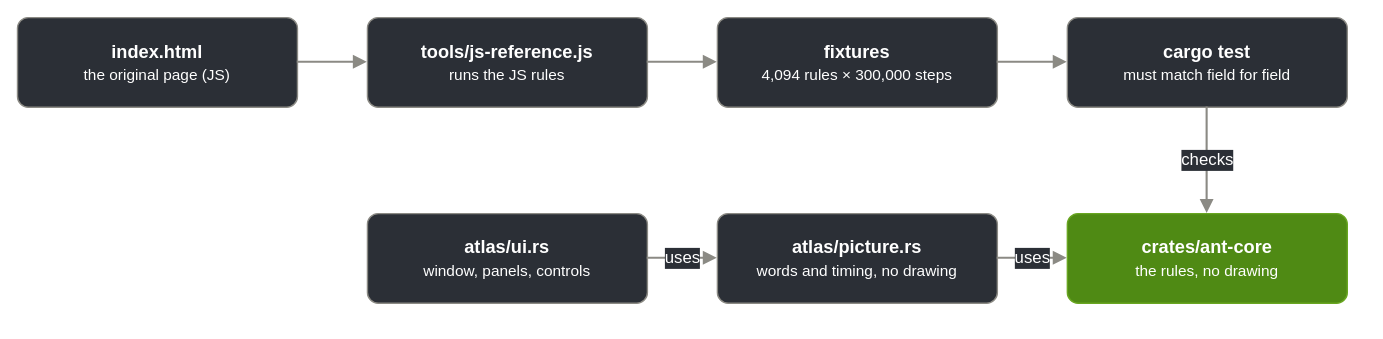
Above: docs/code-layout.drawio.svg in iasonS/langtons-ant (draw.io), before the change. Source tidied: cells renumbered, new cells last; positions are measured from the earlier drawing's top-left corner, leaving out a move shared by most shapes.
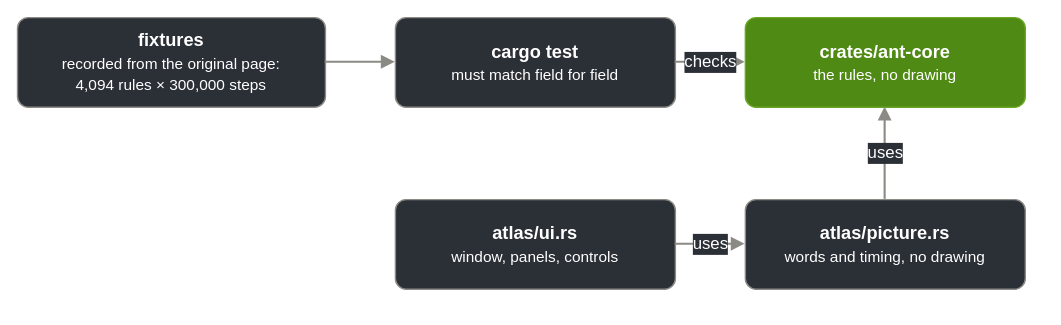
The same file after the commit.

What changed in the source:
```diff
@@ -2,44 +2,32 @@
   <root>
     <mxCell id="0" />
     <mxCell id="1" parent="0" />
-    <mxCell id="2" value="&lt;b&gt;index.html&lt;/b&gt;&lt;br&gt;&lt;font style='font-size:11px'&gt;the original page (JS)&lt;/font&gt;" style="rounded=1;whiteSpace=wrap;html=1;arcSize=12;fontFamily=Helvetica;fontSize=13;fontColor=#ffffff;strokeColor=#8b8a84;fillColor=#2b2f36;spacing=6;" parent="1" vertex="1">
-      <mxGeometry width="200" height="64" as="geometry" />
-    </mxCell>
-    <mxCell id="3" value="&lt;b&gt;tools/js-reference.js&lt;/b&gt;&lt;br&gt;&lt;font style='font-size:11px'&gt;runs the JS rules&lt;/font&gt;" style="rounded=1;whiteSpace=wrap;html=1;arcSize=12;fontFamily=Helvetica;fontSize=13;fontColor=#ffffff;strokeColor=#8b8a84;fillColor=#2b2f36;spacing=6;" parent="1" vertex="1">
-      <mxGeometry x="250" width="200" height="64" as="geometry" />
-    </mxCell>
-    <mxCell id="4" value="&lt;b&gt;fixtures&lt;/b&gt;&lt;br&gt;&lt;font style='font-size:11px'&gt;4,094 rules × 300,000 steps&lt;/font&gt;" style="rounded=1;whiteSpace=wrap;html=1;arcSize=12;fontFamily=Helvetica;fontSize=13;fontColor=#ffffff;strokeColor=#8b8a84;fillColor=#2b2f36;spacing=6;" parent="1" vertex="1">
-      <mxGeometry x="500" width="200" height="64" as="geometry" />
+    <mxCell id="4" value="&lt;b&gt;fixtures&lt;/b&gt;&lt;br&gt;&lt;font style='font-size:11px'&gt;recorded from the original page:&lt;br&gt;4,094 rules × 300,000 steps&lt;/font&gt;" style="rounded=1;whiteSpace=wrap;html=1;arcSize=12;fontFamily=Helvetica;fontSize=13;fontColor=#ffffff;strokeColor=#8b8a84;fillColor=#2b2f36;spacing=6;" parent="1" vertex="1">
+      <mxGeometry width="220" height="64" as="geometry" />
     </mxCell>
     <mxCell id="5" value="&lt;b&gt;cargo test&lt;/b&gt;&lt;br&gt;&lt;font style='font-size:11px'&gt;must match field for field&lt;/font&gt;" style="rounded=1;whiteSpace=wrap;html=1;arcSize=12;fontFamily=Helvetica;fontSize=13;fontColor=#ffffff;strokeColor=#8b8a84;fillColor=#2b2f36;spacing=6;" parent="1" vertex="1">
-      <mxGeometry x="750" width="200" height="64" as="geometry" />
+      <mxGeometry x="270" width="200" height="64" as="geometry" />
     </mxCell>
     <mxCell id="6" value="&lt;b&gt;crates/ant-core&lt;/b&gt;&lt;br&gt;&lt;font style='font-size:11px'&gt;the rules, no drawing&lt;/font&gt;" style="rounded=1;whiteSpace=wrap;html=1;arcSize=12;fontFamily=Helvetica;fontSize=13;fontColor=#ffffff;strokeColor=#8b8a84;fillColor=#2b2f36;spacing=6;fillColor=#4f8a14;strokeColor=#69a621;" parent="1" vertex="1">
-      <mxGeometry x="750" y="140" width="200" height="64" as="geometry" />
+      <mxGeometry x="520" width="200" height="64" as="geometry" />
     </mxCell>
     <mxCell id="7" value="&lt;b&gt;atlas/picture.rs&lt;/b&gt;&lt;br&gt;&lt;font style='font-size:11px'&gt;words and timing, no drawing&lt;/font&gt;" style="rounded=1;whiteSpace=wrap;html=1;arcSize=12;fontFamily=Helvetica;fontSize=13;fontColor=#ffffff;strokeColor=#8b8a84;fillColor=#2b2f36;spacing=6;" parent="1" vertex="1">
-      <mxGeometry x="500" y="140" width="200" height="64" as="geometry" />
+      <mxGeometry x="520" y="130" width="200" height="64" as="geometry" />
     </mxCell>
     <mxCell id="8" value="&lt;b&gt;atlas/ui.rs&lt;/b&gt;&lt;br&gt;&lt;font style='font-size:11px'&gt;window, panels, controls&lt;/font&gt;" style="rounded=1;whiteSpace=wrap;html=1;arcSize=12;fontFamily=Helvetica;fontSize=13;fontColor=#ffffff;strokeColor=#8b8a84;fillColor=#2b2f36;spacing=6;" parent="1" vertex="1">
-      <mxGeometry x="250" y="140" width="200" height="64" as="geometry" />
+      <mxGeometry x="270" y="130" width="200" height="64" as="geometry" />
     </mxCell>
-    <mxCell id="9" style="edgeStyle=orthogonalEdgeStyle;rounded=1;html=1;strokeColor=#8b8a84;strokeWidth=1.5;endArrow=block;endFill=1;fontFamily=Helvetica;fontSize=12;fontColor=#ffffff;labelBackgroundColor=#2b2f36;" parent="1" edge="1" source="2" target="3">
+    <mxCell id="9" style="edgeStyle=orthogonalEdgeStyle;rounded=1;html=1;strokeColor=#8b8a84;strokeWidth=1.5;endArrow=block;endFill=1;fontFamily=Helvetica;fontSize=12;fontColor=#ffffff;labelBackgroundColor=#2b2f36;" parent="1" edge="1" source="4" target="5">
       <mxGeometry relative="1" as="geometry" />
     </mxCell>
-    <mxCell id="10" style="edgeStyle=orthogonalEdgeStyle;rounded=1;html=1;strokeColor=#8b8a84;strokeWidth=1.5;endArrow=block;endFill=1;fontFamily=Helvetica;fontSize=12;fontColor=#ffffff;labelBackgroundColor=#2b2f36;" parent="1" edge="1" source="3" target="4">
+    <mxCell id="10" value="checks" style="edgeStyle=orthogonalEdgeStyle;rounded=1;html=1;strokeColor=#8b8a84;strokeWidth=1.5;endArrow=block;endFill=1;fontFamily=Helvetica;fontSize=12;fontColor=#ffffff;labelBackgroundColor=#2b2f36;" parent="1" edge="1" source="5" target="6">
       <mxGeometry relative="1" as="geometry" />
     </mxCell>
-    <mxCell id="11" style="edgeStyle=orthogonalEdgeStyle;rounded=1;html=1;strokeColor=#8b8a84;strokeWidth=1.5;endArrow=block;endFill=1;fontFamily=Helvetica;fontSize=12;fontColor=#ffffff;labelBackgroundColor=#2b2f36;" parent="1" edge="1" source="4" target="5">
+    <mxCell id="11" value="uses" style="edgeStyle=orthogonalEdgeStyle;rounded=1;html=1;strokeColor=#8b8a84;strokeWidth=1.5;endArrow=block;endFill=1;fontFamily=Helvetica;fontSize=12;fontColor=#ffffff;labelBackgroundColor=#2b2f36;" parent="1" edge="1" source="8" target="7">
       <mxGeometry relative="1" as="geometry" />
     </mxCell>
-    <mxCell id="12" value="checks" style="edgeStyle=orthogonalEdgeStyle;rounded=1;html=1;strokeColor=#8b8a84;strokeWidth=1.5;endArrow=block;endFill=1;fontFamily=Helvetica;fontSize=12;fontColor=#ffffff;labelBackgroundColor=#2b2f36;" parent="1" edge="1" source="5" target="6">
+    <mxCell id="12" value="uses" style="edgeStyle=orthogonalEdgeStyle;rounded=1;html=1;strokeColor=#8b8a84;strokeWidth=1.5;endArrow=block;endFill=1;fontFamily=Helvetica;fontSize=12;fontColor=#ffffff;labelBackgroundColor=#2b2f36;" parent="1" edge="1" source="7" target="6">
       <mxGeometry relative="1" as="geometry" />
     </mxCell>
-    <mxCell id="13" value="uses" style="edgeStyle=orthogonalEdgeStyle;rounded=1;html=1;strokeColor=#8b8a84;strokeWidth=1.5;endArrow=block;endFill=1;fontFamily=Helvetica;fontSize=12;fontColor=#ffffff;labelBackgroundColor=#2b2f36;" parent="1" edge="1" source="8" target="7">
-      <mxGeometry relative="1" as="geometry" />
-    </mxCell>
-    <mxCell id="14" value="uses" style="edgeStyle=orthogonalEdgeStyle;rounded=1;html=1;strokeColor=#8b8a84;strokeWidth=1.5;endArrow=block;endFill=1;fontFamily=Helvetica;fontSize=12;fontColor=#ffffff;labelBackgroundColor=#2b2f36;" parent="1" edge="1" source="7" target="6">
-      <mxGeometry relative="1" as="geometry" />
-    </mxCell>
   </root>
 </mxGraphModel>
```
